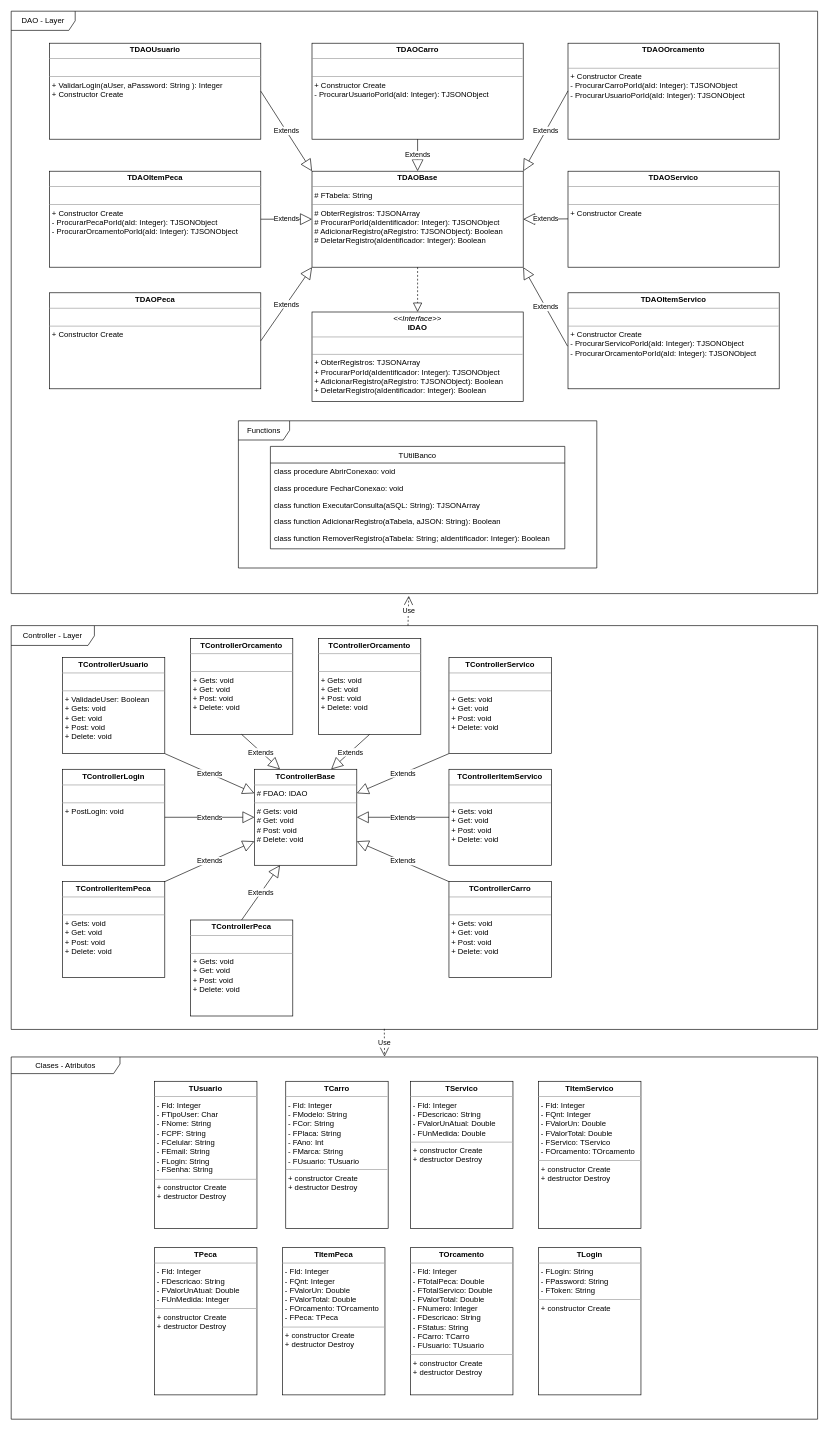
The draw.io diagram 3 - Arquitetura da Aplicação/Diagramas de Classes/BackEnd/Diagrama_Classe_BackEnd.drawio in JeanCarlosMoller/MecanicaLamborghini, before the edit. Source tidied: cells renumbered, new cells numbered last; positions are measured from the earlier drawing's top-left corner, leaving out a move shared by most shapes. Both pictures are drawn from the tidied source at 64%, with x=0, y=0 at pixel (11, 11).
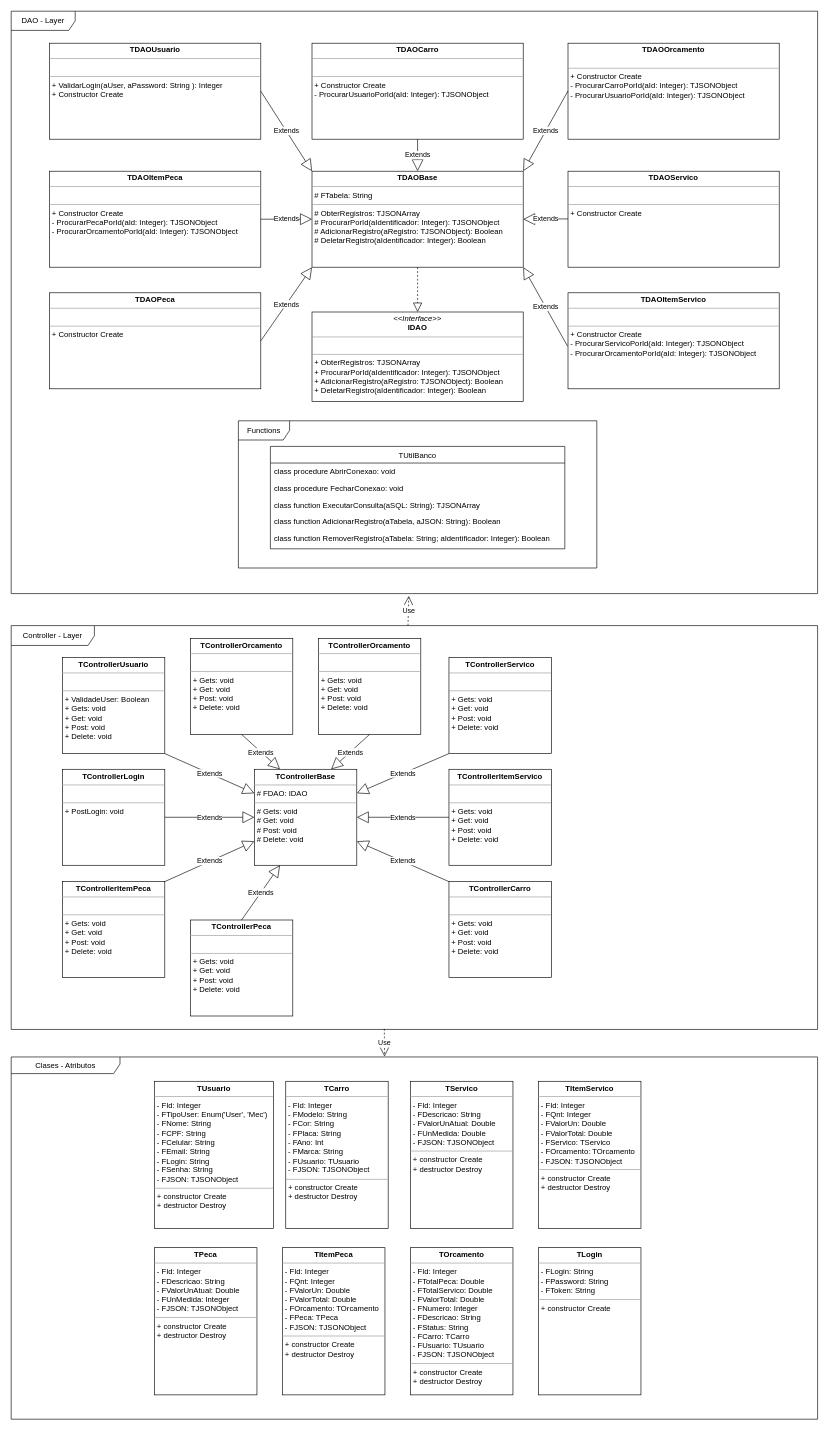
After the change.

Diff of the diagram source:
```diff
@@
-    <mxCell id="49" value="&lt;p style=&quot;margin:0px;margin-top:4px;text-align:center;&quot;&gt;&lt;b&gt;TCarro&lt;/b&gt;&lt;/p&gt;&lt;hr size=&quot;1&quot;&gt;&lt;p style=&quot;border-color: var(--border-color); margin: 0px 0px 0px 4px;&quot;&gt;- FId: Integer&lt;/p&gt;&lt;p style=&quot;border-color: var(--border-color); margin: 0px 0px 0px 4px;&quot;&gt;- FModelo: String&lt;/p&gt;&lt;p style=&quot;border-color: var(--border-color); margin: 0px 0px 0px 4px;&quot;&gt;- FCor: String&lt;/p&gt;&lt;p style=&quot;border-color: var(--border-color); margin: 0px 0px 0px 4px;&quot;&gt;- FPlaca: String&lt;/p&gt;&lt;p style=&quot;border-color: var(--border-color); margin: 0px 0px 0px 4px;&quot;&gt;- FAno: Int&lt;/p&gt;&lt;p style=&quot;border-color: var(--border-color); margin: 0px 0px 0px 4px;&quot;&gt;- FMarca: String&lt;/p&gt;&lt;p style=&quot;border-color: var(--border-color); margin: 0px 0px 0px 4px;&quot;&gt;- FUsuario: TUsuario&lt;/p&gt;&lt;hr size=&quot;1&quot;&gt;&lt;p style=&quot;margin:0px;margin-left:4px;&quot;&gt;+ constructor Create&lt;/p&gt;&lt;p style=&quot;margin:0px;margin-left:4px;&quot;&gt;+ destructor Destroy&lt;/p&gt;" style="verticalAlign=top;align=left;overflow=fill;fontSize=12;fontFamily=Helvetica;html=1;" parent="1" vertex="1">
+    <mxCell id="49" value="&lt;p style=&quot;margin:0px;margin-top:4px;text-align:center;&quot;&gt;&lt;b&gt;TCarro&lt;/b&gt;&lt;/p&gt;&lt;hr size=&quot;1&quot;&gt;&lt;p style=&quot;border-color: var(--border-color); margin: 0px 0px 0px 4px;&quot;&gt;- FId: Integer&lt;/p&gt;&lt;p style=&quot;border-color: var(--border-color); margin: 0px 0px 0px 4px;&quot;&gt;- FModelo: String&lt;/p&gt;&lt;p style=&quot;border-color: var(--border-color); margin: 0px 0px 0px 4px;&quot;&gt;- FCor: String&lt;/p&gt;&lt;p style=&quot;border-color: var(--border-color); margin: 0px 0px 0px 4px;&quot;&gt;- FPlaca: String&lt;/p&gt;&lt;p style=&quot;border-color: var(--border-color); margin: 0px 0px 0px 4px;&quot;&gt;- FAno: Int&lt;/p&gt;&lt;p style=&quot;border-color: var(--border-color); margin: 0px 0px 0px 4px;&quot;&gt;- FMarca: String&lt;/p&gt;&lt;p style=&quot;border-color: var(--border-color); margin: 0px 0px 0px 4px;&quot;&gt;- FUsuario: TUsuario&lt;/p&gt;&lt;p style=&quot;border-color: var(--border-color); margin: 0px 0px 0px 4px;&quot;&gt;- FJSON: TJSONObject&lt;br&gt;&lt;/p&gt;&lt;hr size=&quot;1&quot;&gt;&lt;p style=&quot;margin:0px;margin-left:4px;&quot;&gt;+ constructor Create&lt;/p&gt;&lt;p style=&quot;margin:0px;margin-left:4px;&quot;&gt;+ destructor Destroy&lt;/p&gt;" style="verticalAlign=top;align=left;overflow=fill;fontSize=12;fontFamily=Helvetica;html=1;" parent="1" vertex="1">
       <mxGeometry x="429" y="1672" width="160" height="230" as="geometry" />
     </mxCell>
-    <mxCell id="50" value="&lt;p style=&quot;margin:0px;margin-top:4px;text-align:center;&quot;&gt;&lt;b&gt;TServico&lt;/b&gt;&lt;/p&gt;&lt;hr size=&quot;1&quot;&gt;&lt;p style=&quot;border-color: var(--border-color); margin: 0px 0px 0px 4px;&quot;&gt;- FId: Integer&lt;/p&gt;&lt;p style=&quot;border-color: var(--border-color); margin: 0px 0px 0px 4px;&quot;&gt;- FDescricao: String&lt;/p&gt;&lt;p style=&quot;border-color: var(--border-color); margin: 0px 0px 0px 4px;&quot;&gt;- FValorUnAtual: Double&lt;/p&gt;&lt;p style=&quot;border-color: var(--border-color); margin: 0px 0px 0px 4px;&quot;&gt;- FUnMedida: Double&lt;/p&gt;&lt;hr size=&quot;1&quot;&gt;&lt;p style=&quot;border-color: var(--border-color); margin: 0px 0px 0px 4px;&quot;&gt;+ constructor Create&lt;/p&gt;&lt;p style=&quot;border-color: var(--border-color); margin: 0px 0px 0px 4px;&quot;&gt;+ destructor Destroy&lt;/p&gt;" style="verticalAlign=top;align=left;overflow=fill;fontSize=12;fontFamily=Helvetica;html=1;" parent="1" vertex="1">
+    <mxCell id="50" value="&lt;p style=&quot;margin:0px;margin-top:4px;text-align:center;&quot;&gt;&lt;b&gt;TServico&lt;/b&gt;&lt;/p&gt;&lt;hr size=&quot;1&quot;&gt;&lt;p style=&quot;border-color: var(--border-color); margin: 0px 0px 0px 4px;&quot;&gt;- FId: Integer&lt;/p&gt;&lt;p style=&quot;border-color: var(--border-color); margin: 0px 0px 0px 4px;&quot;&gt;- FDescricao: String&lt;/p&gt;&lt;p style=&quot;border-color: var(--border-color); margin: 0px 0px 0px 4px;&quot;&gt;- FValorUnAtual: Double&lt;/p&gt;&lt;p style=&quot;border-color: var(--border-color); margin: 0px 0px 0px 4px;&quot;&gt;- FUnMedida: Double&lt;/p&gt;&lt;p style=&quot;border-color: var(--border-color); margin: 0px 0px 0px 4px;&quot;&gt;- FJSON: TJSONObject&lt;br&gt;&lt;/p&gt;&lt;hr size=&quot;1&quot;&gt;&lt;p style=&quot;border-color: var(--border-color); margin: 0px 0px 0px 4px;&quot;&gt;+ constructor Create&lt;/p&gt;&lt;p style=&quot;border-color: var(--border-color); margin: 0px 0px 0px 4px;&quot;&gt;+ destructor Destroy&lt;/p&gt;" style="verticalAlign=top;align=left;overflow=fill;fontSize=12;fontFamily=Helvetica;html=1;" parent="1" vertex="1">
       <mxGeometry x="624" y="1672" width="160" height="230" as="geometry" />
     </mxCell>
-    <mxCell id="51" value="&lt;p style=&quot;margin:0px;margin-top:4px;text-align:center;&quot;&gt;&lt;b&gt;TItemServico&lt;/b&gt;&lt;/p&gt;&lt;hr size=&quot;1&quot;&gt;&lt;p style=&quot;border-color: var(--border-color); margin: 0px 0px 0px 4px;&quot;&gt;- FId: Integer&lt;/p&gt;&lt;p style=&quot;border-color: var(--border-color); margin: 0px 0px 0px 4px;&quot;&gt;- FQnt: Integer&lt;/p&gt;&lt;p style=&quot;border-color: var(--border-color); margin: 0px 0px 0px 4px;&quot;&gt;- FValorUn: Double&lt;/p&gt;&lt;p style=&quot;border-color: var(--border-color); margin: 0px 0px 0px 4px;&quot;&gt;- FValorTotal: Double&lt;/p&gt;&lt;p style=&quot;border-color: var(--border-color); margin: 0px 0px 0px 4px;&quot;&gt;- FServico: TServico&lt;/p&gt;&lt;p style=&quot;border-color: var(--border-color); margin: 0px 0px 0px 4px;&quot;&gt;- FOrcamento: TOrcamento&lt;/p&gt;&lt;hr size=&quot;1&quot;&gt;&lt;p style=&quot;border-color: var(--border-color); margin: 0px 0px 0px 4px;&quot;&gt;+ constructor Create&lt;/p&gt;&lt;p style=&quot;border-color: var(--border-color); margin: 0px 0px 0px 4px;&quot;&gt;+ destructor Destroy&lt;/p&gt;" style="verticalAlign=top;align=left;overflow=fill;fontSize=12;fontFamily=Helvetica;html=1;" parent="1" vertex="1">
+    <mxCell id="51" value="&lt;p style=&quot;margin:0px;margin-top:4px;text-align:center;&quot;&gt;&lt;b&gt;TItemServico&lt;/b&gt;&lt;/p&gt;&lt;hr size=&quot;1&quot;&gt;&lt;p style=&quot;border-color: var(--border-color); margin: 0px 0px 0px 4px;&quot;&gt;- FId: Integer&lt;/p&gt;&lt;p style=&quot;border-color: var(--border-color); margin: 0px 0px 0px 4px;&quot;&gt;- FQnt: Integer&lt;/p&gt;&lt;p style=&quot;border-color: var(--border-color); margin: 0px 0px 0px 4px;&quot;&gt;- FValorUn: Double&lt;/p&gt;&lt;p style=&quot;border-color: var(--border-color); margin: 0px 0px 0px 4px;&quot;&gt;- FValorTotal: Double&lt;/p&gt;&lt;p style=&quot;border-color: var(--border-color); margin: 0px 0px 0px 4px;&quot;&gt;- FServico: TServico&lt;/p&gt;&lt;p style=&quot;border-color: var(--border-color); margin: 0px 0px 0px 4px;&quot;&gt;- FOrcamento: TOrcamento&lt;/p&gt;&lt;p style=&quot;border-color: var(--border-color); margin: 0px 0px 0px 4px;&quot;&gt;- FJSON: TJSONObject&lt;br&gt;&lt;/p&gt;&lt;hr size=&quot;1&quot;&gt;&lt;p style=&quot;border-color: var(--border-color); margin: 0px 0px 0px 4px;&quot;&gt;+ constructor Create&lt;/p&gt;&lt;p style=&quot;border-color: var(--border-color); margin: 0px 0px 0px 4px;&quot;&gt;+ destructor Destroy&lt;/p&gt;" style="verticalAlign=top;align=left;overflow=fill;fontSize=12;fontFamily=Helvetica;html=1;" parent="1" vertex="1">
       <mxGeometry x="824" y="1672" width="160" height="230" as="geometry" />
     </mxCell>
-    <mxCell id="52" value="&lt;p style=&quot;margin:0px;margin-top:4px;text-align:center;&quot;&gt;&lt;b&gt;TPeca&lt;/b&gt;&lt;/p&gt;&lt;hr size=&quot;1&quot;&gt;&lt;p style=&quot;border-color: var(--border-color); margin: 0px 0px 0px 4px;&quot;&gt;- FId: Integer&lt;/p&gt;&lt;p style=&quot;border-color: var(--border-color); margin: 0px 0px 0px 4px;&quot;&gt;- FDescricao: String&lt;/p&gt;&lt;p style=&quot;border-color: var(--border-color); margin: 0px 0px 0px 4px;&quot;&gt;- FValorUnAtual: Double&lt;/p&gt;&lt;p style=&quot;border-color: var(--border-color); margin: 0px 0px 0px 4px;&quot;&gt;- FUnMedida: Integer&lt;/p&gt;&lt;hr size=&quot;1&quot;&gt;&lt;p style=&quot;border-color: var(--border-color); margin: 0px 0px 0px 4px;&quot;&gt;+ constructor Create&lt;/p&gt;&lt;p style=&quot;border-color: var(--border-color); margin: 0px 0px 0px 4px;&quot;&gt;+ destructor Destroy&lt;/p&gt;" style="verticalAlign=top;align=left;overflow=fill;fontSize=12;fontFamily=Helvetica;html=1;" parent="1" vertex="1">
+    <mxCell id="52" value="&lt;p style=&quot;margin:0px;margin-top:4px;text-align:center;&quot;&gt;&lt;b&gt;TPeca&lt;/b&gt;&lt;/p&gt;&lt;hr size=&quot;1&quot;&gt;&lt;p style=&quot;border-color: var(--border-color); margin: 0px 0px 0px 4px;&quot;&gt;- FId: Integer&lt;/p&gt;&lt;p style=&quot;border-color: var(--border-color); margin: 0px 0px 0px 4px;&quot;&gt;- FDescricao: String&lt;/p&gt;&lt;p style=&quot;border-color: var(--border-color); margin: 0px 0px 0px 4px;&quot;&gt;- FValorUnAtual: Double&lt;/p&gt;&lt;p style=&quot;border-color: var(--border-color); margin: 0px 0px 0px 4px;&quot;&gt;- FUnMedida: Integer&lt;/p&gt;&lt;p style=&quot;border-color: var(--border-color); margin: 0px 0px 0px 4px;&quot;&gt;- FJSON: TJSONObject&lt;br&gt;&lt;/p&gt;&lt;hr size=&quot;1&quot;&gt;&lt;p style=&quot;border-color: var(--border-color); margin: 0px 0px 0px 4px;&quot;&gt;+ constructor Create&lt;/p&gt;&lt;p style=&quot;border-color: var(--border-color); margin: 0px 0px 0px 4px;&quot;&gt;+ destructor Destroy&lt;/p&gt;" style="verticalAlign=top;align=left;overflow=fill;fontSize=12;fontFamily=Helvetica;html=1;" parent="1" vertex="1">
       <mxGeometry x="224" y="1932" width="160" height="230" as="geometry" />
     </mxCell>
-    <mxCell id="53" value="&lt;p style=&quot;margin:0px;margin-top:4px;text-align:center;&quot;&gt;&lt;b&gt;TItemPeca&lt;/b&gt;&lt;/p&gt;&lt;hr size=&quot;1&quot;&gt;&lt;p style=&quot;border-color: var(--border-color); margin: 0px 0px 0px 4px;&quot;&gt;- FId: Integer&lt;/p&gt;&lt;p style=&quot;border-color: var(--border-color); margin: 0px 0px 0px 4px;&quot;&gt;- FQnt: Integer&lt;/p&gt;&lt;p style=&quot;border-color: var(--border-color); margin: 0px 0px 0px 4px;&quot;&gt;- FValorUn: Double&lt;/p&gt;&lt;p style=&quot;border-color: var(--border-color); margin: 0px 0px 0px 4px;&quot;&gt;- FValorTotal: Double&lt;/p&gt;&lt;p style=&quot;border-color: var(--border-color); margin: 0px 0px 0px 4px;&quot;&gt;- FOrcamento: TOrcamento&lt;/p&gt;&lt;p style=&quot;border-color: var(--border-color); margin: 0px 0px 0px 4px;&quot;&gt;- FPeca: TPeca&lt;/p&gt;&lt;hr size=&quot;1&quot;&gt;&lt;p style=&quot;border-color: var(--border-color); margin: 0px 0px 0px 4px;&quot;&gt;+ constructor Create&lt;/p&gt;&lt;p style=&quot;border-color: var(--border-color); margin: 0px 0px 0px 4px;&quot;&gt;+ destructor Destroy&lt;/p&gt;" style="verticalAlign=top;align=left;overflow=fill;fontSize=12;fontFamily=Helvetica;html=1;" parent="1" vertex="1">
+    <mxCell id="53" value="&lt;p style=&quot;margin:0px;margin-top:4px;text-align:center;&quot;&gt;&lt;b&gt;TItemPeca&lt;/b&gt;&lt;/p&gt;&lt;hr size=&quot;1&quot;&gt;&lt;p style=&quot;border-color: var(--border-color); margin: 0px 0px 0px 4px;&quot;&gt;- FId: Integer&lt;/p&gt;&lt;p style=&quot;border-color: var(--border-color); margin: 0px 0px 0px 4px;&quot;&gt;- FQnt: Integer&lt;/p&gt;&lt;p style=&quot;border-color: var(--border-color); margin: 0px 0px 0px 4px;&quot;&gt;- FValorUn: Double&lt;/p&gt;&lt;p style=&quot;border-color: var(--border-color); margin: 0px 0px 0px 4px;&quot;&gt;- FValorTotal: Double&lt;/p&gt;&lt;p style=&quot;border-color: var(--border-color); margin: 0px 0px 0px 4px;&quot;&gt;- FOrcamento: TOrcamento&lt;/p&gt;&lt;p style=&quot;border-color: var(--border-color); margin: 0px 0px 0px 4px;&quot;&gt;- FPeca: TPeca&lt;/p&gt;&lt;p style=&quot;border-color: var(--border-color); margin: 0px 0px 0px 4px;&quot;&gt;- FJSON: TJSONObject&lt;br&gt;&lt;/p&gt;&lt;hr size=&quot;1&quot;&gt;&lt;p style=&quot;border-color: var(--border-color); margin: 0px 0px 0px 4px;&quot;&gt;+ constructor Create&lt;/p&gt;&lt;p style=&quot;border-color: var(--border-color); margin: 0px 0px 0px 4px;&quot;&gt;+ destructor Destroy&lt;/p&gt;" style="verticalAlign=top;align=left;overflow=fill;fontSize=12;fontFamily=Helvetica;html=1;" parent="1" vertex="1">
       <mxGeometry x="424" y="1932" width="160" height="230" as="geometry" />
     </mxCell>
-    <mxCell id="54" value="&lt;p style=&quot;margin:0px;margin-top:4px;text-align:center;&quot;&gt;&lt;b&gt;TUsuario&lt;/b&gt;&lt;/p&gt;&lt;hr size=&quot;1&quot;&gt;&lt;p style=&quot;border-color: var(--border-color); margin: 0px 0px 0px 4px;&quot;&gt;- FId: Integer&lt;/p&gt;&lt;p style=&quot;border-color: var(--border-color); margin: 0px 0px 0px 4px;&quot;&gt;- FTipoUser: Char&lt;/p&gt;&lt;p style=&quot;border-color: var(--border-color); margin: 0px 0px 0px 4px;&quot;&gt;- FNome: String&lt;/p&gt;&lt;p style=&quot;border-color: var(--border-color); margin: 0px 0px 0px 4px;&quot;&gt;- FCPF: String&lt;/p&gt;&lt;p style=&quot;border-color: var(--border-color); margin: 0px 0px 0px 4px;&quot;&gt;- FCelular: String&lt;/p&gt;&lt;p style=&quot;border-color: var(--border-color); margin: 0px 0px 0px 4px;&quot;&gt;- FEmail: String&lt;/p&gt;&lt;p style=&quot;border-color: var(--border-color); margin: 0px 0px 0px 4px;&quot;&gt;- FLogin: String&lt;/p&gt;&lt;p style=&quot;border-color: var(--border-color); margin: 0px 0px 0px 4px;&quot;&gt;- FSenha: String&lt;/p&gt;&lt;hr size=&quot;1&quot;&gt;&lt;p style=&quot;margin:0px;margin-left:4px;&quot;&gt;+ constructor Create&lt;/p&gt;&lt;p style=&quot;margin:0px;margin-left:4px;&quot;&gt;+ destructor Destroy&lt;/p&gt;" style="verticalAlign=top;align=left;overflow=fill;fontSize=12;fontFamily=Helvetica;html=1;" parent="1" vertex="1">
-      <mxGeometry x="224" y="1672" width="160" height="230" as="geometry" />
+    <mxCell id="54" value="&lt;p style=&quot;margin:0px;margin-top:4px;text-align:center;&quot;&gt;&lt;b&gt;TUsuario&lt;/b&gt;&lt;/p&gt;&lt;hr size=&quot;1&quot;&gt;&lt;p style=&quot;border-color: var(--border-color); margin: 0px 0px 0px 4px;&quot;&gt;- FId: Integer&lt;/p&gt;&lt;p style=&quot;border-color: var(--border-color); margin: 0px 0px 0px 4px;&quot;&gt;- FTipoUser: Enum('User', 'Mec')&lt;/p&gt;&lt;p style=&quot;border-color: var(--border-color); margin: 0px 0px 0px 4px;&quot;&gt;- FNome: String&lt;/p&gt;&lt;p style=&quot;border-color: var(--border-color); margin: 0px 0px 0px 4px;&quot;&gt;- FCPF: String&lt;/p&gt;&lt;p style=&quot;border-color: var(--border-color); margin: 0px 0px 0px 4px;&quot;&gt;- FCelular: String&lt;/p&gt;&lt;p style=&quot;border-color: var(--border-color); margin: 0px 0px 0px 4px;&quot;&gt;- FEmail: String&lt;/p&gt;&lt;p style=&quot;border-color: var(--border-color); margin: 0px 0px 0px 4px;&quot;&gt;- FLogin: String&lt;/p&gt;&lt;p style=&quot;border-color: var(--border-color); margin: 0px 0px 0px 4px;&quot;&gt;- FSenha: String&lt;/p&gt;&lt;p style=&quot;border-color: var(--border-color); margin: 0px 0px 0px 4px;&quot;&gt;- FJSON: TJSONObject&lt;/p&gt;&lt;hr size=&quot;1&quot;&gt;&lt;p style=&quot;margin:0px;margin-left:4px;&quot;&gt;+ constructor Create&lt;/p&gt;&lt;p style=&quot;margin:0px;margin-left:4px;&quot;&gt;+ destructor Destroy&lt;/p&gt;" style="verticalAlign=top;align=left;overflow=fill;fontSize=12;fontFamily=Helvetica;html=1;" parent="1" vertex="1">
+      <mxGeometry x="224" y="1672" width="186" height="230" as="geometry" />
     </mxCell>
-    <mxCell id="55" value="&lt;p style=&quot;margin:0px;margin-top:4px;text-align:center;&quot;&gt;&lt;b&gt;TOrcamento&lt;/b&gt;&lt;/p&gt;&lt;hr size=&quot;1&quot;&gt;&lt;p style=&quot;border-color: var(--border-color); margin: 0px 0px 0px 4px;&quot;&gt;- FId: Integer&lt;/p&gt;&lt;p style=&quot;border-color: var(--border-color); margin: 0px 0px 0px 4px;&quot;&gt;- FTotalPeca: Double&lt;/p&gt;&lt;p style=&quot;border-color: var(--border-color); margin: 0px 0px 0px 4px;&quot;&gt;- FTotalServico: Double&lt;/p&gt;&lt;p style=&quot;border-color: var(--border-color); margin: 0px 0px 0px 4px;&quot;&gt;- FValorTotal: Double&lt;/p&gt;&lt;p style=&quot;border-color: var(--border-color); margin: 0px 0px 0px 4px;&quot;&gt;- FNumero: Integer&lt;/p&gt;&lt;p style=&quot;border-color: var(--border-color); margin: 0px 0px 0px 4px;&quot;&gt;- FDescricao: String&lt;/p&gt;&lt;p style=&quot;border-color: var(--border-color); margin: 0px 0px 0px 4px;&quot;&gt;- FStatus: String&lt;/p&gt;&lt;p style=&quot;border-color: var(--border-color); margin: 0px 0px 0px 4px;&quot;&gt;- FCarro: TCarro&lt;/p&gt;&lt;p style=&quot;border-color: var(--border-color); margin: 0px 0px 0px 4px;&quot;&gt;- FUsuario: TUsuario&lt;/p&gt;&lt;hr size=&quot;1&quot;&gt;&lt;p style=&quot;border-color: var(--border-color); margin: 0px 0px 0px 4px;&quot;&gt;+ constructor Create&lt;/p&gt;&lt;p style=&quot;border-color: var(--border-color); margin: 0px 0px 0px 4px;&quot;&gt;+ destructor Destroy&lt;/p&gt;" style="verticalAlign=top;align=left;overflow=fill;fontSize=12;fontFamily=Helvetica;html=1;" parent="1" vertex="1">
+    <mxCell id="55" value="&lt;p style=&quot;margin:0px;margin-top:4px;text-align:center;&quot;&gt;&lt;b&gt;TOrcamento&lt;/b&gt;&lt;/p&gt;&lt;hr size=&quot;1&quot;&gt;&lt;p style=&quot;border-color: var(--border-color); margin: 0px 0px 0px 4px;&quot;&gt;- FId: Integer&lt;/p&gt;&lt;p style=&quot;border-color: var(--border-color); margin: 0px 0px 0px 4px;&quot;&gt;- FTotalPeca: Double&lt;/p&gt;&lt;p style=&quot;border-color: var(--border-color); margin: 0px 0px 0px 4px;&quot;&gt;- FTotalServico: Double&lt;/p&gt;&lt;p style=&quot;border-color: var(--border-color); margin: 0px 0px 0px 4px;&quot;&gt;- FValorTotal: Double&lt;/p&gt;&lt;p style=&quot;border-color: var(--border-color); margin: 0px 0px 0px 4px;&quot;&gt;- FNumero: Integer&lt;/p&gt;&lt;p style=&quot;border-color: var(--border-color); margin: 0px 0px 0px 4px;&quot;&gt;- FDescricao: String&lt;/p&gt;&lt;p style=&quot;border-color: var(--border-color); margin: 0px 0px 0px 4px;&quot;&gt;- FStatus: String&lt;/p&gt;&lt;p style=&quot;border-color: var(--border-color); margin: 0px 0px 0px 4px;&quot;&gt;- FCarro: TCarro&lt;/p&gt;&lt;p style=&quot;border-color: var(--border-color); margin: 0px 0px 0px 4px;&quot;&gt;- FUsuario: TUsuario&lt;/p&gt;&lt;p style=&quot;border-color: var(--border-color); margin: 0px 0px 0px 4px;&quot;&gt;- FJSON: TJSONObject&lt;br&gt;&lt;/p&gt;&lt;hr size=&quot;1&quot;&gt;&lt;p style=&quot;border-color: var(--border-color); margin: 0px 0px 0px 4px;&quot;&gt;+ constructor Create&lt;/p&gt;&lt;p style=&quot;border-color: var(--border-color); margin: 0px 0px 0px 4px;&quot;&gt;+ destructor Destroy&lt;/p&gt;" style="verticalAlign=top;align=left;overflow=fill;fontSize=12;fontFamily=Helvetica;html=1;" parent="1" vertex="1">
       <mxGeometry x="624" y="1932" width="160" height="230" as="geometry" />
     </mxCell>
```
